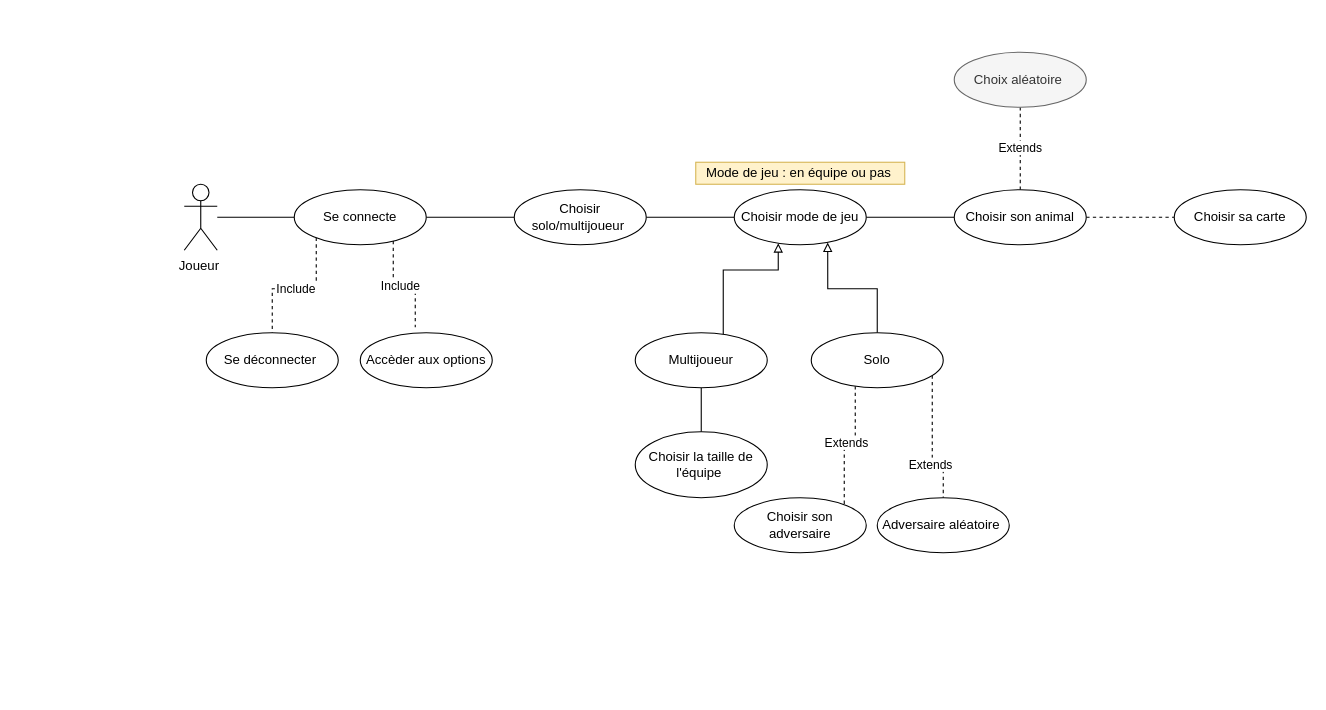
The draw.io diagram UML/CasUtilisation.drawio in SergeOudart/ProjetConceptionUML, before the edit. Source tidied: cells renumbered, new cells numbered last; positions are measured from the earlier drawing's top-left corner, leaving out a move shared by most shapes. Both pictures are drawn from the tidied source at 110%, with x=0, y=0 at pixel (184, 52).
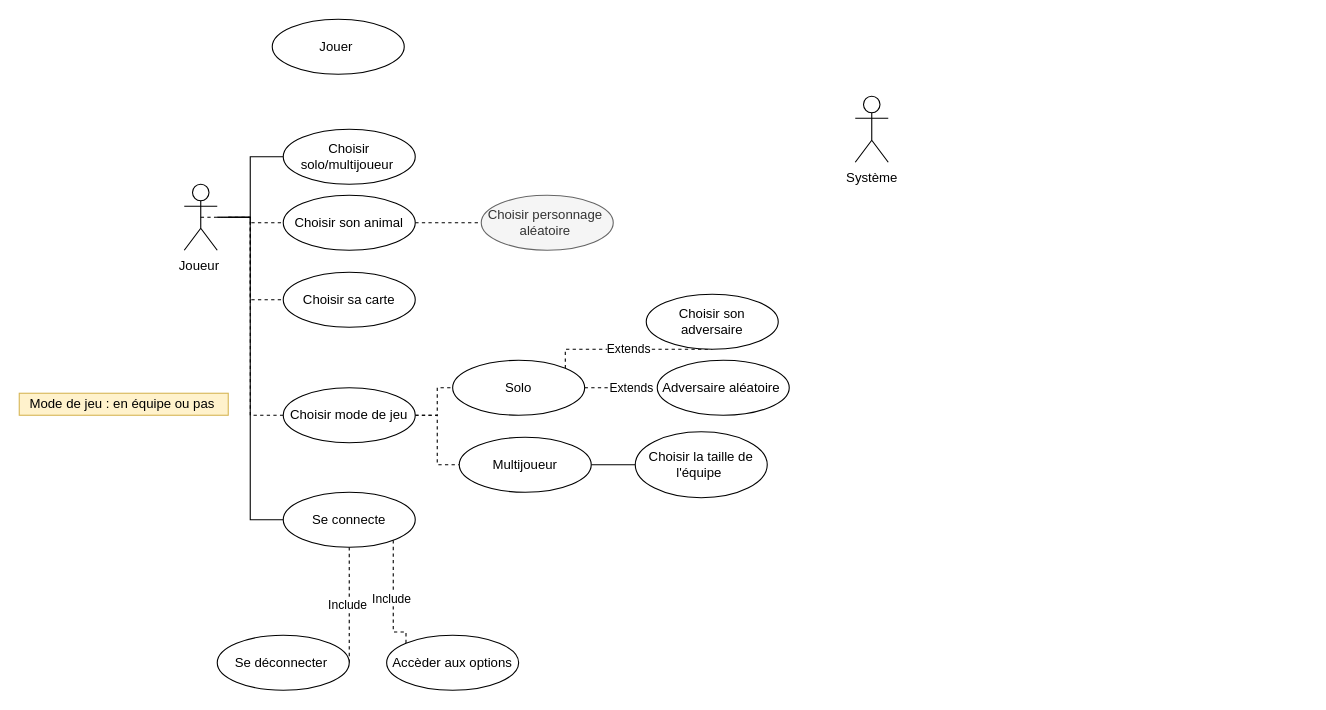
Above is the later version.

The change refers to these unchanged cells:
```xml
<mxCell id="3" value="Joueur&amp;nbsp;" style="shape=umlActor;verticalLabelPosition=bottom;verticalAlign=top;html=1;outlineConnect=0;" parent="1" vertex="1">
  <mxGeometry y="120" width="30" height="60" as="geometry" />
</mxCell>
```

The edit, as a diff of the source:
```diff
@@
-    <mxCell id="2" style="edgeStyle=orthogonalEdgeStyle;rounded=0;jettySize=auto;html=1;endArrow=none;endFill=0;" parent="1" edge="1" source="3">
-      <mxGeometry relative="1" as="geometry">
-        <mxPoint x="100" y="150" as="targetPoint" />
-      </mxGeometry>
+    <mxCell id="2" style="edgeStyle=orthogonalEdgeStyle;rounded=0;jettySize=auto;html=1;endArrow=none;endFill=0;entryX=0;entryY=0.5;entryDx=0;entryDy=0;" parent="1" edge="1" source="3" target="7">
+      <mxGeometry relative="1" as="geometry" />
     </mxCell>
+    <mxCell id="30" style="edgeStyle=orthogonalEdgeStyle;rounded=0;jettySize=auto;html=1;exitX=0.5;exitY=0.5;exitDx=0;exitDy=0;exitPerimeter=0;dashed=1;startArrow=none;startFill=0;endArrow=none;endFill=0;" parent="1" edge="1" source="3" target="13">
+      <mxGeometry relative="1" as="geometry">
+        <Array as="points">
+          <mxPoint x="60" y="150" />
+          <mxPoint x="60" y="330" />
+        </Array>
+      </mxGeometry>
+    </mxCell>
+    <mxCell id="31" style="edgeStyle=orthogonalEdgeStyle;rounded=0;jettySize=auto;html=1;entryX=0;entryY=0.5;entryDx=0;entryDy=0;dashed=1;startArrow=none;startFill=0;endArrow=none;endFill=0;" parent="1" edge="1" source="3" target="27">
+      <mxGeometry relative="1" as="geometry" />
+    </mxCell>
@@
-    <mxCell id="4" style="edgeStyle=orthogonalEdgeStyle;rounded=0;jettySize=auto;html=1;endArrow=none;endFill=0;" parent="1" edge="1" source="7" target="9">
-      <mxGeometry relative="1" as="geometry" />
+    <mxCell id="4" style="edgeStyle=orthogonalEdgeStyle;rounded=0;jettySize=auto;html=1;endArrow=none;endFill=0;" parent="1" edge="1" target="9">
+      <mxGeometry relative="1" as="geometry">
+        <mxPoint x="40" y="150" as="sourcePoint" />
+        <Array as="points">
+          <mxPoint x="60" y="150" />
+          <mxPoint x="60" y="95" />
+        </Array>
+      </mxGeometry>
     </mxCell>
     <mxCell id="5" value="Include&amp;nbsp;" style="edgeStyle=orthogonalEdgeStyle;rounded=0;jettySize=auto;html=1;endArrow=none;endFill=0;dashed=1;" parent="1" edge="1" source="7" target="14">
       <mxGeometry relative="1" as="geometry">
         <Array as="points">
-          <mxPoint x="120" y="215" />
-          <mxPoint x="80" y="215" />
+          <mxPoint x="120" y="560" />
+          <mxPoint x="80" y="560" />
         </Array>
       </mxGeometry>
     </mxCell>
-    <mxCell id="6" value="Include&amp;nbsp;" style="edgeStyle=orthogonalEdgeStyle;rounded=0;jettySize=auto;html=1;dashed=1;endArrow=none;endFill=0;" parent="1" edge="1" source="7">
+    <mxCell id="6" value="Include&amp;nbsp;" style="edgeStyle=orthogonalEdgeStyle;rounded=0;jettySize=auto;html=1;dashed=1;endArrow=none;endFill=0;entryX=0;entryY=0;entryDx=0;entryDy=0;" parent="1" edge="1" source="7" target="15">
       <mxGeometry relative="1" as="geometry">
-        <mxPoint x="210" y="250" as="targetPoint" />
         <Array as="points">
-          <mxPoint x="190" y="213" />
-          <mxPoint x="210" y="213" />
+          <mxPoint x="190" y="527" />
+          <mxPoint x="201" y="527" />
         </Array>
       </mxGeometry>
     </mxCell>
     <mxCell id="7" value="Se connecte" style="ellipse;whiteSpace=wrap;html=1;" parent="1" vertex="1">
-      <mxGeometry x="100" y="125" width="120" height="50" as="geometry" />
+      <mxGeometry x="90" y="400" width="120" height="50" as="geometry" />
     </mxCell>
-    <mxCell id="8" style="edgeStyle=orthogonalEdgeStyle;rounded=0;jettySize=auto;html=1;endArrow=none;endFill=0;" parent="1" edge="1" source="9" target="13">
-      <mxGeometry relative="1" as="geometry" />
-    </mxCell>
     <mxCell id="9" value="Choisir solo/multijoueur&amp;nbsp;" style="ellipse;whiteSpace=wrap;html=1;" parent="1" vertex="1">
-      <mxGeometry x="300" y="125" width="120" height="50" as="geometry" />
+      <mxGeometry x="90" y="70" width="120" height="50" as="geometry" />
     </mxCell>
     <mxCell id="10" value="Mode de jeu : en équipe ou pas&amp;nbsp;" style="text;html=1;align=center;verticalAlign=middle;strokeColor=#d6b656;fillColor=#fff2cc;" parent="1" vertex="1">
-      <mxGeometry x="465" y="100" width="190" height="20" as="geometry" />
+      <mxGeometry x="-150" y="310" width="190" height="20" as="geometry" />
     </mxCell>
-    <mxCell id="11" style="edgeStyle=orthogonalEdgeStyle;rounded=0;jettySize=auto;html=1;endArrow=none;endFill=0;startArrow=block;startFill=0;" parent="1" edge="1" source="13" target="17">
-      <mxGeometry relative="1" as="geometry">
-        <Array as="points">
-          <mxPoint x="540" y="198" />
-          <mxPoint x="490" y="198" />
-        </Array>
-      </mxGeometry>
+    <mxCell id="11" style="edgeStyle=orthogonalEdgeStyle;rounded=0;jettySize=auto;html=1;dashed=1;startArrow=none;startFill=0;endArrow=none;endFill=0;" parent="1" edge="1" source="13" target="17">
+      <mxGeometry relative="1" as="geometry" />
     </mxCell>
-    <mxCell id="12" style="edgeStyle=orthogonalEdgeStyle;rounded=0;jettySize=auto;html=1;startArrow=none;startFill=0;endArrow=none;endFill=0;" parent="1" edge="1" source="13" target="27">
-      <mxGeometry relative="1" as="geometry" />
-    </mxCell>
+    <mxCell id="32" style="edgeStyle=orthogonalEdgeStyle;rounded=0;jettySize=auto;html=1;dashed=1;startArrow=none;startFill=0;endArrow=none;endFill=0;" parent="1" edge="1" source="13" target="22">
+      <mxGeometry relative="1" as="geometry" />
+    </mxCell>
     <mxCell id="13" value="Choisir mode de jeu" style="ellipse;whiteSpace=wrap;html=1;" parent="1" vertex="1">
-      <mxGeometry x="500" y="125" width="120" height="50" as="geometry" />
+      <mxGeometry x="90" y="305" width="120" height="50" as="geometry" />
     </mxCell>
     <mxCell id="14" value="Se déconnecter&amp;nbsp;" style="ellipse;whiteSpace=wrap;html=1;" parent="1" vertex="1">
-      <mxGeometry x="20" y="255" width="120" height="50" as="geometry" />
+      <mxGeometry x="30" y="530" width="120" height="50" as="geometry" />
     </mxCell>
     <mxCell id="15" value="Accèder aux options" style="ellipse;whiteSpace=wrap;html=1;" parent="1" vertex="1">
-      <mxGeometry x="160" y="255" width="120" height="50" as="geometry" />
+      <mxGeometry x="184" y="530" width="120" height="50" as="geometry" />
     </mxCell>
@@
     <mxCell id="17" value="Multijoueur" style="ellipse;whiteSpace=wrap;html=1;" parent="1" vertex="1">
-      <mxGeometry x="410" y="255" width="120" height="50" as="geometry" />
+      <mxGeometry x="250" y="350" width="120" height="50" as="geometry" />
     </mxCell>
@@
-    <mxCell id="19" style="edgeStyle=orthogonalEdgeStyle;rounded=0;jettySize=auto;html=1;entryX=0.708;entryY=0.96;entryDx=0;entryDy=0;entryPerimeter=0;startArrow=none;startFill=0;endArrow=block;endFill=0;" parent="1" edge="1" source="22" target="13">
-      <mxGeometry relative="1" as="geometry" />
-    </mxCell>
-    <mxCell id="20" value="Extends" style="edgeStyle=orthogonalEdgeStyle;rounded=0;jettySize=auto;html=1;startArrow=none;startFill=0;endArrow=none;endFill=0;dashed=1;" parent="1" edge="1" source="22" target="23">
+    <mxCell id="20" value="Extends" style="edgeStyle=orthogonalEdgeStyle;rounded=0;jettySize=auto;html=1;startArrow=none;startFill=0;endArrow=none;endFill=0;dashed=1;exitX=1;exitY=0;exitDx=0;exitDy=0;" parent="1" edge="1" source="22" target="23">
       <mxGeometry relative="1" as="geometry">
         <Array as="points">
-          <mxPoint x="610" y="355" />
-          <mxPoint x="600" y="355" />
+          <mxPoint x="347" y="270" />
+          <mxPoint x="420" y="270" />
         </Array>
       </mxGeometry>
     </mxCell>
     <mxCell id="21" value="Extends&amp;nbsp;" style="edgeStyle=orthogonalEdgeStyle;rounded=0;jettySize=auto;html=1;dashed=1;startArrow=none;startFill=0;endArrow=none;endFill=0;" parent="1" edge="1" source="22" target="24">
-      <mxGeometry x="0.33" relative="1" as="geometry">
-        <Array as="points">
-          <mxPoint x="680" y="375" />
-        </Array>
-      </mxGeometry>
+      <mxGeometry x="0.33" relative="1" as="geometry" />
     </mxCell>
     <mxCell id="22" value="Solo" style="ellipse;whiteSpace=wrap;html=1;" parent="1" vertex="1">
-      <mxGeometry x="570" y="255" width="120" height="50" as="geometry" />
+      <mxGeometry x="244" y="280" width="120" height="50" as="geometry" />
     </mxCell>
     <mxCell id="23" value="Choisir son adversaire" style="ellipse;whiteSpace=wrap;html=1;" parent="1" vertex="1">
-      <mxGeometry x="500" y="405" width="120" height="50" as="geometry" />
+      <mxGeometry x="420" y="220" width="120" height="50" as="geometry" />
     </mxCell>
     <mxCell id="24" value="Adversaire aléatoire&amp;nbsp;" style="ellipse;whiteSpace=wrap;html=1;" parent="1" vertex="1">
-      <mxGeometry x="630" y="405" width="120" height="50" as="geometry" />
+      <mxGeometry x="430" y="280" width="120" height="50" as="geometry" />
     </mxCell>
+    <mxCell id="26" style="edgeStyle=orthogonalEdgeStyle;rounded=0;jettySize=auto;html=1;dashed=1;startArrow=none;startFill=0;endArrow=none;endFill=0;" parent="1" edge="1" target="29">
+      <mxGeometry relative="1" as="geometry">
+        <mxPoint x="40" y="150" as="sourcePoint" />
+        <Array as="points">
+          <mxPoint x="60" y="150" />
+          <mxPoint x="60" y="225" />
+        </Array>
+      </mxGeometry>
+    </mxCell>
-    <mxCell id="25" value="Extends" style="edgeStyle=orthogonalEdgeStyle;rounded=0;jettySize=auto;html=1;startArrow=none;startFill=0;endArrow=none;endFill=0;dashed=1;" parent="1" edge="1" source="27" target="28">
+    <mxCell id="25" style="edgeStyle=orthogonalEdgeStyle;rounded=0;jettySize=auto;html=1;entryX=0;entryY=0.5;entryDx=0;entryDy=0;dashed=1;startArrow=none;startFill=0;endArrow=none;endFill=0;" parent="1" edge="1" source="27" target="28">
       <mxGeometry relative="1" as="geometry" />
     </mxCell>
-    <mxCell id="26" style="edgeStyle=orthogonalEdgeStyle;rounded=0;jettySize=auto;html=1;dashed=1;startArrow=none;startFill=0;endArrow=none;endFill=0;" parent="1" edge="1" source="27" target="29">
-      <mxGeometry relative="1" as="geometry" />
-    </mxCell>
     <mxCell id="27" value="Choisir son animal" style="ellipse;whiteSpace=wrap;html=1;" parent="1" vertex="1">
-      <mxGeometry x="700" y="125" width="120" height="50" as="geometry" />
+      <mxGeometry x="90" y="130" width="120" height="50" as="geometry" />
     </mxCell>
-    <mxCell id="28" value="Choix aléatoire&amp;nbsp;" style="ellipse;whiteSpace=wrap;html=1;fillColor=#f5f5f5;strokeColor=#666666;fontColor=#333333;" parent="1" vertex="1">
-      <mxGeometry x="700" width="120" height="50" as="geometry" />
+    <mxCell id="28" value="Choisir personnage&amp;nbsp; aléatoire&amp;nbsp;" style="ellipse;whiteSpace=wrap;html=1;fillColor=#f5f5f5;strokeColor=#666666;fontColor=#333333;" parent="1" vertex="1">
+      <mxGeometry x="270" y="130" width="120" height="50" as="geometry" />
     </mxCell>
     <mxCell id="29" value="Choisir sa carte" style="ellipse;whiteSpace=wrap;html=1;" parent="1" vertex="1">
-      <mxGeometry x="900" y="125" width="120" height="50" as="geometry" />
+      <mxGeometry x="90" y="200" width="120" height="50" as="geometry" />
     </mxCell>
+    <mxCell id="33" value="Jouer&amp;nbsp;" style="ellipse;whiteSpace=wrap;html=1;" parent="1" vertex="1">
+      <mxGeometry x="80" y="-30" width="120" height="50" as="geometry" />
+    </mxCell>
+    <mxCell id="34" value="Système" style="shape=umlActor;verticalLabelPosition=bottom;verticalAlign=top;html=1;" parent="1" vertex="1">
+      <mxGeometry x="610" y="40" width="30" height="60" as="geometry" />
+    </mxCell>
```
